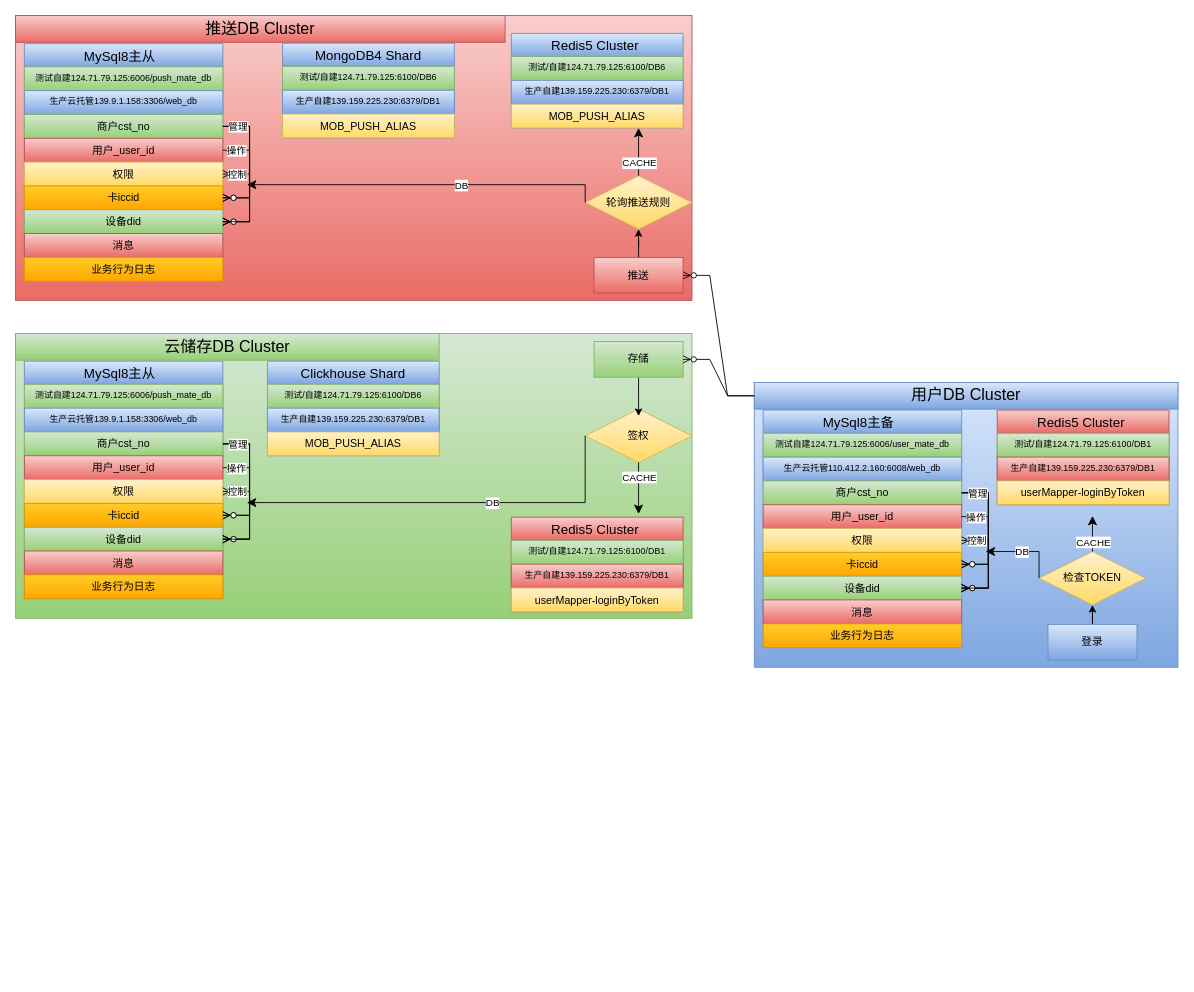
Above: cloudbirds/整体数据模型.drawio in luoyongshun/framework (draw.io), before the change. Source tidied: cells renumbered, new cells numbered last; positions are measured from the earlier drawing's top-left corner, leaving out a move shared by most shapes. Both pictures are drawn from the tidied source at 89%, with x=0, y=0 at pixel (15, 15).
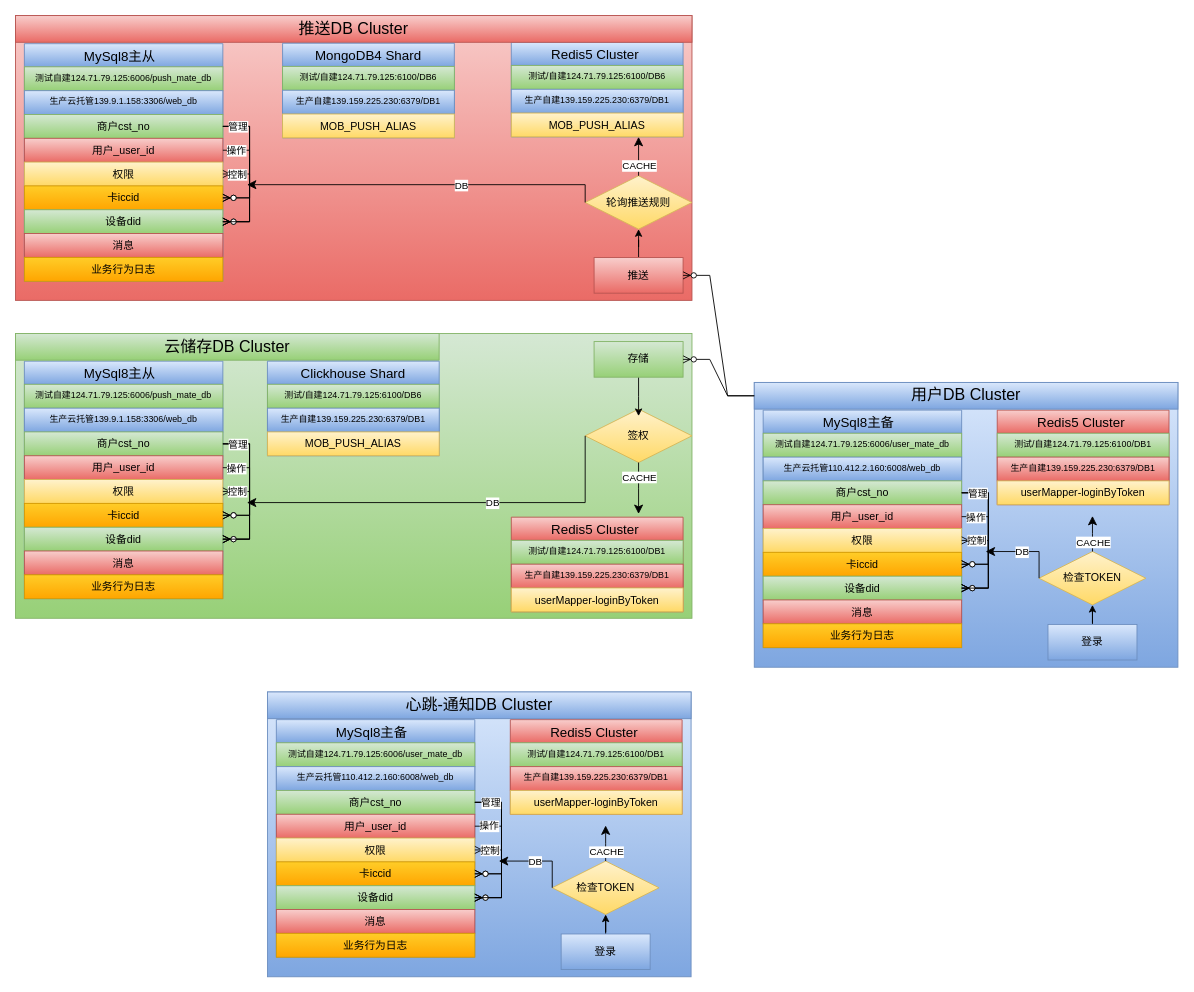
Above is the later version.

Commit message (it also covers changes not shown here):
更新整体数据模型.drawio

Diff of the diagram source:
```diff
@@
     <mxCell id="55" value="Redis5 Cluster " style="swimlane;fontStyle=0;horizontal=1;startSize=26;align=center;fontSize=15;fillColor=#dae8fc;gradientColor=#7ea6e0;strokeColor=#6c8ebf;" parent="1" vertex="1">
-      <mxGeometry x="557" y="20" width="193" height="106.3" as="geometry" />
+      <mxGeometry x="557" y="30" width="193" height="106.3" as="geometry" />
     </mxCell>
@@
     <mxCell id="63" value="推送DB Cluster" style="text;html=1;strokeColor=#b85450;fillColor=#f8cecc;align=center;verticalAlign=middle;whiteSpace=wrap;rounded=0;fontSize=18;gradientColor=#ea6b66;" parent="1" vertex="1">
-      <mxGeometry x="-0.1" width="550.1" height="30" as="geometry" />
+      <mxGeometry x="-0.1" width="760.1" height="30" as="geometry" />
     </mxCell>
@@
+    <mxCell id="105" style="rounded=0;whiteSpace=wrap;html=1;fillColor=#dae8fc;gradientColor=#7ea6e0;strokeColor=#6c8ebf;" parent="1" vertex="1">
+      <mxGeometry x="283" y="760" width="476" height="320" as="geometry" />
+    </mxCell>
+    <mxCell id="106" value="检查TOKEN" style="shape=rhombus;perimeter=rhombusPerimeter;whiteSpace=wrap;html=1;align=center;fillColor=#fff2cc;gradientColor=#ffd966;strokeColor=#d6b656;" parent="1" vertex="1">
+      <mxGeometry x="603" y="950" width="120" height="60" as="geometry" />
+    </mxCell>
+    <mxCell id="107" value="MySql8主备  " style="swimlane;fontStyle=0;horizontal=1;startSize=26;align=center;fontSize=15;fillColor=#dae8fc;gradientColor=#7ea6e0;strokeColor=#6c8ebf;" parent="1" vertex="1">
+      <mxGeometry x="293" y="791.1" width="223" height="266.9" as="geometry" />
+    </mxCell>
+    <mxCell id="108" value="测试自建124.71.79.125:6006/user_mate_db" style="text;strokeColor=#82b366;fillColor=#d5e8d4;spacingLeft=4;spacingRight=4;overflow=hidden;fontSize=10;gradientColor=#97d077;align=center;" parent="107" vertex="1">
+      <mxGeometry y="26" width="223" height="26.8" as="geometry" />
+    </mxCell>
+    <mxCell id="109" value="生产云托管110.412.2.160:6008/web_db" style="text;strokeColor=#6c8ebf;fillColor=#dae8fc;spacingLeft=4;spacingRight=4;overflow=hidden;fontSize=10;gradientColor=#7ea6e0;align=center;" parent="107" vertex="1">
+      <mxGeometry y="52.8" width="223" height="26.8" as="geometry" />
+    </mxCell>
+    <mxCell id="110" value="商户cst_no" style="text;strokeColor=#82b366;fillColor=#d5e8d4;spacingLeft=4;spacingRight=4;overflow=hidden;points=[[0,0.5],[1,0.5]];portConstraint=eastwest;fontSize=12;gradientColor=#97d077;align=center;" parent="107" vertex="1">
+      <mxGeometry y="79.5" width="223" height="26.8" as="geometry" />
+    </mxCell>
+    <mxCell id="111" value="用户_user_id" style="text;strokeColor=#b85450;fillColor=#f8cecc;spacingLeft=4;spacingRight=4;overflow=hidden;points=[[0,0.5],[1,0.5]];portConstraint=eastwest;fontSize=12;gradientColor=#ea6b66;align=center;" parent="107" vertex="1">
+      <mxGeometry y="106.3" width="223" height="26.8" as="geometry" />
+    </mxCell>
+    <mxCell id="112" value="权限" style="text;strokeColor=#d6b656;fillColor=#fff2cc;spacingLeft=4;spacingRight=4;overflow=hidden;points=[[0,0.5],[1,0.5]];portConstraint=eastwest;fontSize=12;gradientColor=#ffd966;align=center;" parent="107" vertex="1">
+      <mxGeometry y="133" width="223" height="26.8" as="geometry" />
+    </mxCell>
+    <mxCell id="113" value="卡iccid" style="text;strokeColor=#d79b00;fillColor=#ffcd28;spacingLeft=4;spacingRight=4;overflow=hidden;points=[[0,0.5],[1,0.5]];portConstraint=eastwest;fontSize=12;gradientColor=#ffa500;align=center;" parent="107" vertex="1">
+      <mxGeometry y="159.8" width="223" height="26.8" as="geometry" />
+    </mxCell>
+    <mxCell id="114" value="设备did" style="text;strokeColor=#82b366;fillColor=#d5e8d4;spacingLeft=4;spacingRight=4;overflow=hidden;points=[[0,0.5],[1,0.5]];portConstraint=eastwest;fontSize=12;gradientColor=#97d077;align=center;" parent="107" vertex="1">
+      <mxGeometry y="186.6" width="223" height="26.8" as="geometry" />
+    </mxCell>
+    <mxCell id="115" value="消息" style="text;strokeColor=#b85450;fillColor=#f8cecc;spacingLeft=4;spacingRight=4;overflow=hidden;fontSize=12;gradientColor=#ea6b66;align=center;" parent="107" vertex="1">
+      <mxGeometry y="213.3" width="223" height="26.8" as="geometry" />
+    </mxCell>
+    <mxCell id="116" value="业务行为日志" style="text;strokeColor=#d79b00;fillColor=#ffcd28;spacingLeft=4;spacingRight=4;overflow=hidden;fontSize=12;gradientColor=#ffa500;align=center;" parent="107" vertex="1">
+      <mxGeometry y="240.1" width="223" height="26.8" as="geometry" />
+    </mxCell>
+    <mxCell id="117" style="edgeStyle=entityRelationEdgeStyle;fontSize=12;html=1;endArrow=ERzeroToMany;endFill=1;rounded=0;exitX=1;exitY=0.5;exitDx=0;exitDy=0;" parent="107" edge="1" source="110" target="114">
+      <mxGeometry relative="1" as="geometry" />
+    </mxCell>
+    <mxCell id="118" style="edgeStyle=entityRelationEdgeStyle;fontSize=12;html=1;endArrow=ERzeroToMany;endFill=1;rounded=0;exitX=1;exitY=0.5;exitDx=0;exitDy=0;" parent="107" edge="1" source="110" target="114">
+      <mxGeometry relative="1" as="geometry" />
+    </mxCell>
+    <mxCell id="119" style="edgeStyle=entityRelationEdgeStyle;fontSize=12;html=1;endArrow=ERzeroToMany;endFill=1;rounded=0;exitX=1;exitY=0.5;exitDx=0;exitDy=0;" parent="107" edge="1" source="110" target="113">
+      <mxGeometry relative="1" as="geometry" />
+    </mxCell>
+    <mxCell id="120" value="管理" style="edgeLabel;html=1;align=center;verticalAlign=middle;" parent="119" vertex="1">
+      <mxGeometry x="-0.31" y="2" relative="1" as="geometry">
+        <mxPoint x="-15" y="-18" as="offset" />
+      </mxGeometry>
+    </mxCell>
+    <mxCell id="121" style="edgeStyle=entityRelationEdgeStyle;fontSize=12;html=1;endArrow=ERzeroToMany;endFill=1;rounded=0;exitX=1;exitY=0.5;exitDx=0;exitDy=0;entryX=1;entryY=0.5;entryDx=0;entryDy=0;" parent="107" edge="1" source="111" target="113">
+      <mxGeometry relative="1" as="geometry" />
+    </mxCell>
+    <mxCell id="122" value="操作" style="edgeLabel;html=1;align=center;verticalAlign=middle;" parent="121" vertex="1">
+      <mxGeometry x="-0.74" relative="1" as="geometry" />
+    </mxCell>
+    <mxCell id="123" style="edgeStyle=entityRelationEdgeStyle;fontSize=12;html=1;endArrow=ERmany;startArrow=ERmany;rounded=0;exitX=1;exitY=0.5;exitDx=0;exitDy=0;entryX=1;entryY=0.5;entryDx=0;entryDy=0;" parent="107" edge="1" source="112" target="114">
+      <mxGeometry relative="1" as="geometry" />
+    </mxCell>
+    <mxCell id="124" value="控制" style="edgeLabel;html=1;align=center;verticalAlign=middle;" parent="123" vertex="1">
+      <mxGeometry x="-0.72" relative="1" as="geometry" />
+    </mxCell>
+    <mxCell id="125" style="edgeStyle=orthogonalEdgeStyle;rounded=0;jettySize=auto;html=1;entryX=0.5;entryY=1;entryDx=0;entryDy=0;" parent="1" edge="1" source="126" target="106">
+      <mxGeometry relative="1" as="geometry" />
+    </mxCell>
+    <mxCell id="126" value="登录" style="whiteSpace=wrap;html=1;align=center;fillColor=#dae8fc;gradientColor=#7ea6e0;strokeColor=#6c8ebf;" parent="1" vertex="1">
+      <mxGeometry x="613" y="1031.9" width="100" height="40" as="geometry" />
+    </mxCell>
+    <mxCell id="127" value="Redis5 Cluster " style="swimlane;fontStyle=0;horizontal=1;startSize=26;align=center;fontSize=15;fillColor=#f8cecc;gradientColor=#ea6b66;strokeColor=#b85450;" parent="1" vertex="1">
+      <mxGeometry x="555.9" y="791.1" width="193" height="106.3" as="geometry" />
+    </mxCell>
+    <mxCell id="128" value="测试/自建124.71.79.125:6100/DB1" style="text;strokeColor=#82b366;fillColor=#d5e8d4;spacingLeft=4;spacingRight=4;overflow=hidden;fontSize=10;gradientColor=#97d077;align=center;" parent="127" vertex="1">
+      <mxGeometry y="26" width="193" height="26.8" as="geometry" />
+    </mxCell>
+    <mxCell id="129" value="生产自建139.159.225.230:6379/DB1" style="text;strokeColor=#b85450;fillColor=#f8cecc;spacingLeft=4;spacingRight=4;overflow=hidden;fontSize=10;gradientColor=#ea6b66;align=center;" parent="127" vertex="1">
+      <mxGeometry y="52.8" width="193" height="26.8" as="geometry" />
+    </mxCell>
+    <mxCell id="130" value="userMapper-loginByToken" style="text;strokeColor=#d6b656;fillColor=#fff2cc;spacingLeft=4;spacingRight=4;overflow=hidden;fontSize=12;gradientColor=#ffd966;align=center;" parent="127" vertex="1">
+      <mxGeometry y="79.5" width="193" height="26.8" as="geometry" />
+    </mxCell>
+    <mxCell id="131" style="edgeStyle=elbowEdgeStyle;elbow=vertical;endArrow=classic;html=1;curved=0;rounded=0;endSize=8;startSize=8;exitX=0;exitY=0.5;exitDx=0;exitDy=0;" parent="1" edge="1" source="106">
+      <mxGeometry relative="1" as="geometry">
+        <mxPoint x="543" y="950" as="targetPoint" />
+        <Array as="points">
+          <mxPoint x="583" y="950" />
+        </Array>
+      </mxGeometry>
+    </mxCell>
+    <mxCell id="132" value="DB" style="edgeLabel;html=1;align=center;verticalAlign=middle;" parent="131" vertex="1">
+      <mxGeometry x="-0.29" relative="1" as="geometry">
+        <mxPoint x="-18" as="offset" />
+      </mxGeometry>
+    </mxCell>
+    <mxCell id="133" style="edgeStyle=elbowEdgeStyle;elbow=vertical;endArrow=classic;html=1;curved=0;rounded=0;endSize=8;startSize=8;exitX=0.5;exitY=0;exitDx=0;exitDy=0;" parent="1" edge="1" source="106">
+      <mxGeometry relative="1" as="geometry">
+        <mxPoint x="663" y="910" as="targetPoint" />
+      </mxGeometry>
+    </mxCell>
+    <mxCell id="134" value="CACHE" style="edgeLabel;html=1;align=center;verticalAlign=middle;" parent="133" vertex="1">
+      <mxGeometry x="-0.44" relative="1" as="geometry" />
+    </mxCell>
+    <mxCell id="135" value="心跳-通知DB Cluster" style="text;html=1;strokeColor=#6c8ebf;fillColor=#dae8fc;align=center;verticalAlign=middle;whiteSpace=wrap;rounded=0;fontSize=18;gradientColor=#7ea6e0;" parent="1" vertex="1">
+      <mxGeometry x="283" y="760" width="476" height="30" as="geometry" />
+    </mxCell>
```
